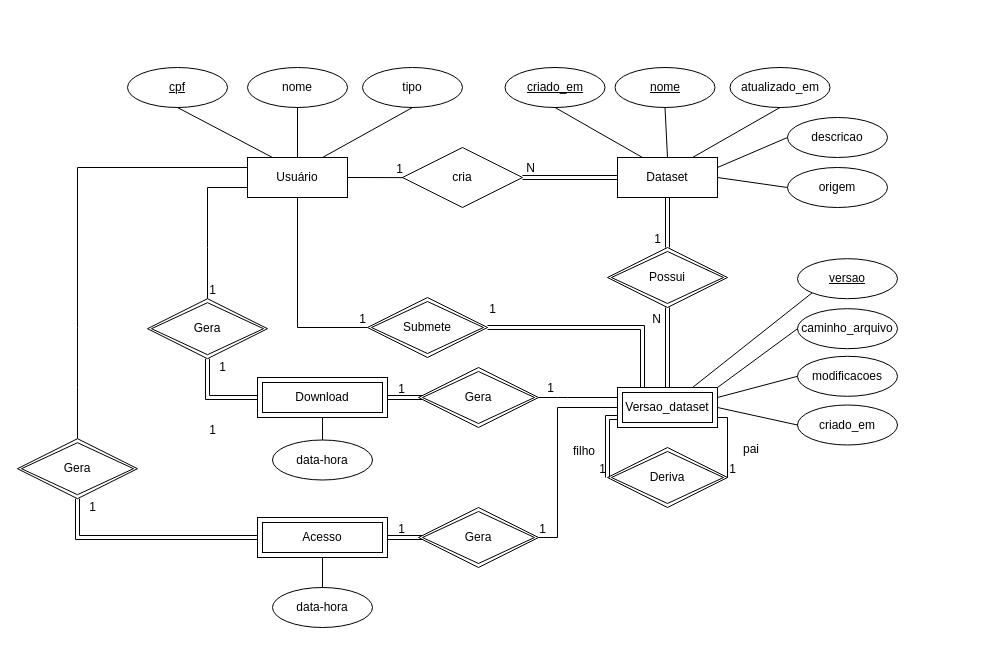
GustavoStallmann/feature-store-db-I keeps this draw.io diagram as docs/feature-app-er.drawio. Above is the earlier version. Source tidied: cells renumbered, new cells numbered last; positions are measured from the earlier drawing's top-left corner, leaving out a move shared by most shapes. Both pictures are drawn from the tidied source at 100%, with x=0, y=0 at pixel (17, 67).
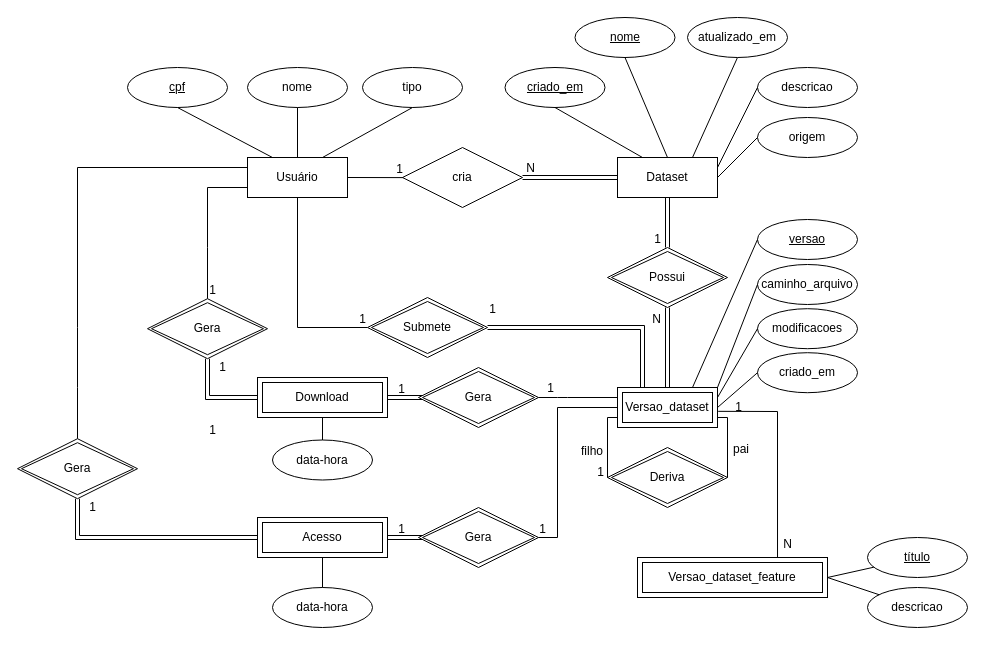
Above is the later version.

Unchanged cells that the change refers to:
```xml
<mxCell id="17" value="Versao_dataset" style="shape=ext;margin=3;double=1;whiteSpace=wrap;html=1;align=center;" parent="1" vertex="1">
  <mxGeometry x="600" y="320" width="100" height="40" as="geometry" />
</mxCell>
<mxCell id="18" value="Deriva" style="shape=rhombus;double=1;perimeter=rhombusPerimeter;whiteSpace=wrap;html=1;align=center;" parent="1" vertex="1">
  <mxGeometry x="590" y="380" width="120" height="60" as="geometry" />
</mxCell>
<mxCell id="36" style="endArrow=none;html=1;rounded=0;entryX=1;entryY=0.75;entryDx=0;entryDy=0;exitX=1;exitY=0.5;exitDx=0;exitDy=0;" parent="1" edge="1" source="18" target="17">
  <mxGeometry relative="1" as="geometry">
    <Array as="points">
      <mxPoint x="710" y="350" />
    </Array>
  </mxGeometry>
</mxCell>
```

Change to the diagram source:
```diff
@@
     <mxCell id="8" value="&lt;u&gt;nome&lt;/u&gt;" style="ellipse;whiteSpace=wrap;html=1;align=center;" parent="1" vertex="1">
-      <mxGeometry x="597.5" width="100" height="40" as="geometry" />
+      <mxGeometry x="557.5" y="-50" width="100" height="40" as="geometry" />
     </mxCell>
@@
-    <mxCell id="19" style="shape=link;html=1;rounded=0;exitX=0;exitY=0.75;exitDx=0;exitDy=0;entryX=0;entryY=0.5;entryDx=0;entryDy=0;" parent="1" edge="1" source="17" target="18">
-      <mxGeometry relative="1" as="geometry">
-        <Array as="points">
-          <mxPoint x="590" y="350" />
-        </Array>
-      </mxGeometry>
-    </mxCell>
-    <mxCell id="20" value="1" style="html=1;whiteSpace=wrap;align=right;verticalAlign=bottom;" parent="19" vertex="1">
-      <mxGeometry x="1" relative="1" as="geometry" />
-    </mxCell>
     <mxCell id="21" value="pai" style="text;strokeColor=none;fillColor=none;spacingLeft=4;spacingRight=4;overflow=hidden;fontSize=12;whiteSpace=wrap;html=1;" parent="1" vertex="1">
-      <mxGeometry x="720" y="367.5" width="40" height="25" as="geometry" />
+      <mxGeometry x="710" y="367.5" width="32.5" height="25" as="geometry" />
     </mxCell>
     <mxCell id="22" value="filho" style="text;strokeColor=none;fillColor=none;spacingLeft=4;spacingRight=4;overflow=hidden;fontSize=12;whiteSpace=wrap;html=1;" parent="1" vertex="1">
-      <mxGeometry x="550" y="370" width="40" height="20" as="geometry" />
+      <mxGeometry x="557.5" y="370" width="32.5" height="20" as="geometry" />
     </mxCell>
@@
     <mxCell id="28" value="&lt;u&gt;versao&lt;/u&gt;" style="ellipse;whiteSpace=wrap;html=1;align=center;" parent="1" vertex="1">
-      <mxGeometry x="780" y="191.2" width="100" height="40" as="geometry" />
+      <mxGeometry x="740" y="152" width="100" height="40" as="geometry" />
     </mxCell>
@@
-    <mxCell id="33" style="endArrow=none;html=1;rounded=0;exitX=0.75;exitY=0;exitDx=0;exitDy=0;entryX=0;entryY=1;entryDx=0;entryDy=0;" parent="1" edge="1" source="17" target="28">
+    <mxCell id="33" style="endArrow=none;html=1;rounded=0;exitX=0.75;exitY=0;exitDx=0;exitDy=0;entryX=0;entryY=0.5;entryDx=0;entryDy=0;" parent="1" edge="1" source="17" target="28">
       <mxGeometry relative="1" as="geometry" />
     </mxCell>
     <mxCell id="34" value="caminho_arquivo" style="ellipse;whiteSpace=wrap;html=1;align=center;" parent="1" vertex="1">
-      <mxGeometry x="780" y="241.2" width="100" height="40" as="geometry" />
+      <mxGeometry x="740" y="197" width="100" height="40" as="geometry" />
     </mxCell>
@@
     <mxCell id="37" value="1" style="html=1;whiteSpace=wrap;align=right;verticalAlign=bottom;" parent="36" vertex="1">
       <mxGeometry x="1" relative="1" as="geometry">
-        <mxPoint x="20" y="60" as="offset" />
+        <mxPoint x="26" y="-2" as="offset" />
       </mxGeometry>
     </mxCell>
@@
     <mxCell id="39" value="atualizado_em" style="ellipse;whiteSpace=wrap;html=1;align=center;" parent="1" vertex="1">
-      <mxGeometry x="712.5" width="100" height="40" as="geometry" />
+      <mxGeometry x="670" y="-50" width="100" height="40" as="geometry" />
     </mxCell>
@@
     <mxCell id="56" value="descricao" style="ellipse;whiteSpace=wrap;html=1;align=center;" parent="1" vertex="1">
-      <mxGeometry x="770" y="50" width="100" height="40" as="geometry" />
+      <mxGeometry x="740" width="100" height="40" as="geometry" />
     </mxCell>
@@
     <mxCell id="58" value="origem" style="ellipse;whiteSpace=wrap;html=1;align=center;" parent="1" vertex="1">
-      <mxGeometry x="770" y="100" width="100" height="40" as="geometry" />
+      <mxGeometry x="740" y="50" width="100" height="40" as="geometry" />
     </mxCell>
@@
     <mxCell id="60" value="modificacoes" style="ellipse;whiteSpace=wrap;html=1;align=center;" parent="1" vertex="1">
-      <mxGeometry x="780" y="288.8" width="100" height="40" as="geometry" />
+      <mxGeometry x="740" y="241.2" width="100" height="40" as="geometry" />
     </mxCell>
@@
     <mxCell id="62" value="criado_em" style="ellipse;whiteSpace=wrap;html=1;align=center;" parent="1" vertex="1">
-      <mxGeometry x="780" y="337.5" width="100" height="40" as="geometry" />
+      <mxGeometry x="740" y="285.2" width="100" height="40" as="geometry" />
     </mxCell>
@@
+    <mxCell id="77" style="endArrow=none;html=1;rounded=0;entryX=0;entryY=0.75;entryDx=0;entryDy=0;exitX=0;exitY=0.5;exitDx=0;exitDy=0;" parent="1" edge="1" source="18" target="17">
+      <mxGeometry relative="1" as="geometry">
+        <Array as="points">
+          <mxPoint x="590" y="350" />
+        </Array>
+      </mxGeometry>
+    </mxCell>
+    <mxCell id="20" value="1" style="html=1;whiteSpace=wrap;align=right;verticalAlign=bottom;" parent="77" vertex="1">
+      <mxGeometry x="1" relative="1" as="geometry">
+        <mxPoint x="-12" y="63" as="offset" />
+      </mxGeometry>
+    </mxCell>
+    <mxCell id="78" value="Versao_dataset_feature" style="shape=ext;margin=3;double=1;whiteSpace=wrap;html=1;align=center;" parent="1" vertex="1">
+      <mxGeometry x="620" y="490" width="190" height="40" as="geometry" />
+    </mxCell>
+    <mxCell id="79" value="&lt;u&gt;título&lt;/u&gt;" style="ellipse;whiteSpace=wrap;html=1;align=center;" parent="1" vertex="1">
+      <mxGeometry x="850" y="470" width="100" height="40" as="geometry" />
+    </mxCell>
+    <mxCell id="80" style="endArrow=none;html=1;rounded=0;entryX=1;entryY=0.5;entryDx=0;entryDy=0;" parent="1" edge="1" source="79" target="78">
+      <mxGeometry relative="1" as="geometry" />
+    </mxCell>
+    <mxCell id="81" value="descricao" style="ellipse;whiteSpace=wrap;html=1;align=center;" parent="1" vertex="1">
+      <mxGeometry x="850" y="520" width="100" height="40" as="geometry" />
+    </mxCell>
+    <mxCell id="82" style="endArrow=none;html=1;rounded=0;entryX=1;entryY=0.5;entryDx=0;entryDy=0;" parent="1" edge="1" source="81" target="78">
+      <mxGeometry relative="1" as="geometry" />
+    </mxCell>
+    <mxCell id="83" style="endArrow=none;html=1;rounded=0;entryX=1.007;entryY=0.596;entryDx=0;entryDy=0;exitX=0.737;exitY=0.007;exitDx=0;exitDy=0;exitPerimeter=0;entryPerimeter=0;" parent="1" edge="1" source="78" target="17">
+      <mxGeometry relative="1" as="geometry">
+        <Array as="points">
+          <mxPoint x="760" y="344" />
+        </Array>
+      </mxGeometry>
+    </mxCell>
+    <mxCell id="84" value="N" style="html=1;whiteSpace=wrap;align=right;verticalAlign=bottom;" parent="1" vertex="1">
+      <mxGeometry x="800" y="470" as="geometry">
+        <mxPoint x="-24" y="15" as="offset" />
+      </mxGeometry>
+    </mxCell>
```
